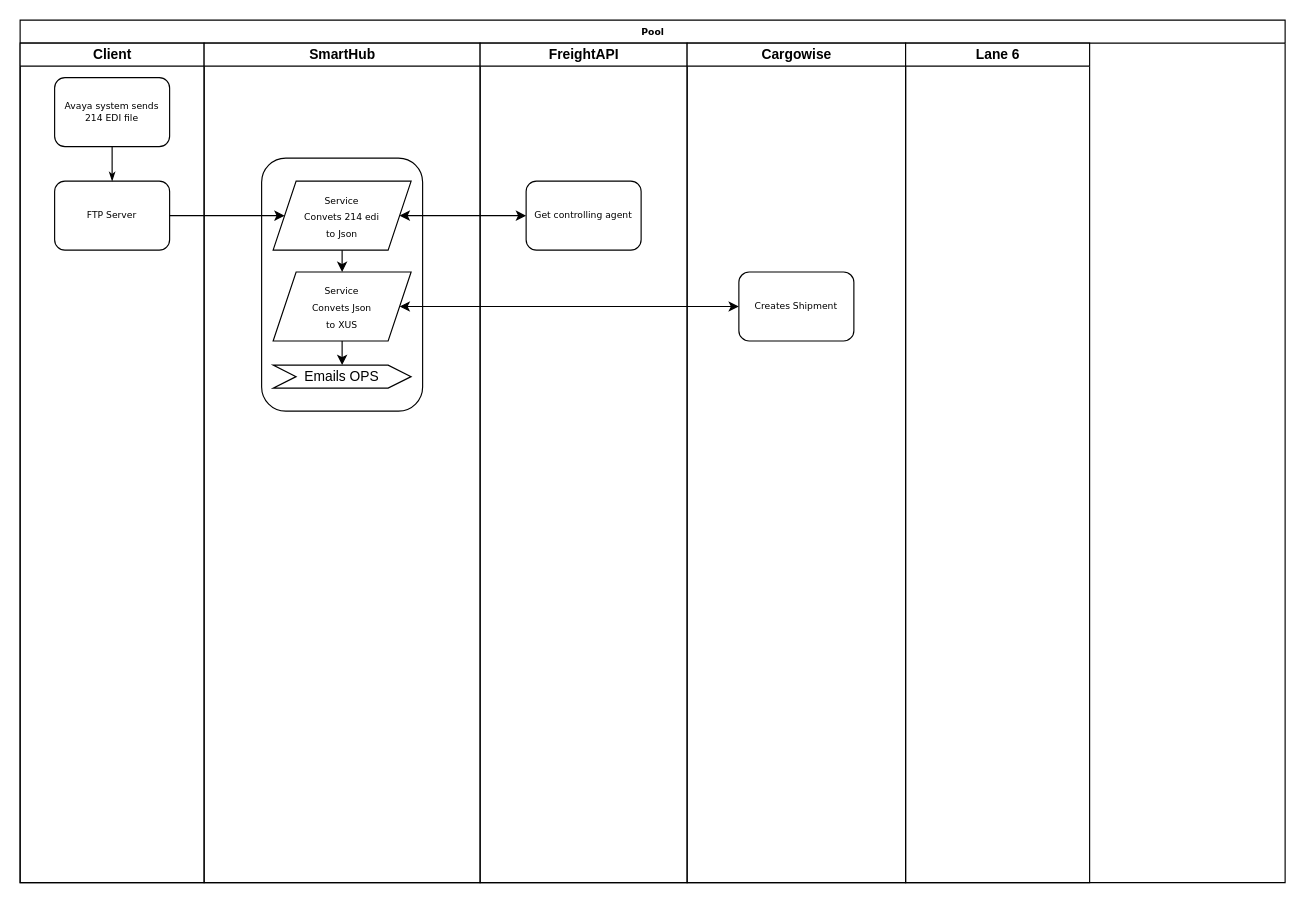
Earlier version of the draw.io diagram Untitled Diagram.drawio (Cyrolies/TigersFreightDocs). Source tidied: cells renumbered, new cells numbered last; positions are measured from the earlier drawing's top-left corner, leaving out a move shared by most shapes. Both pictures are drawn from the tidied source at 115%, with x=0, y=0 at pixel (20, 20).
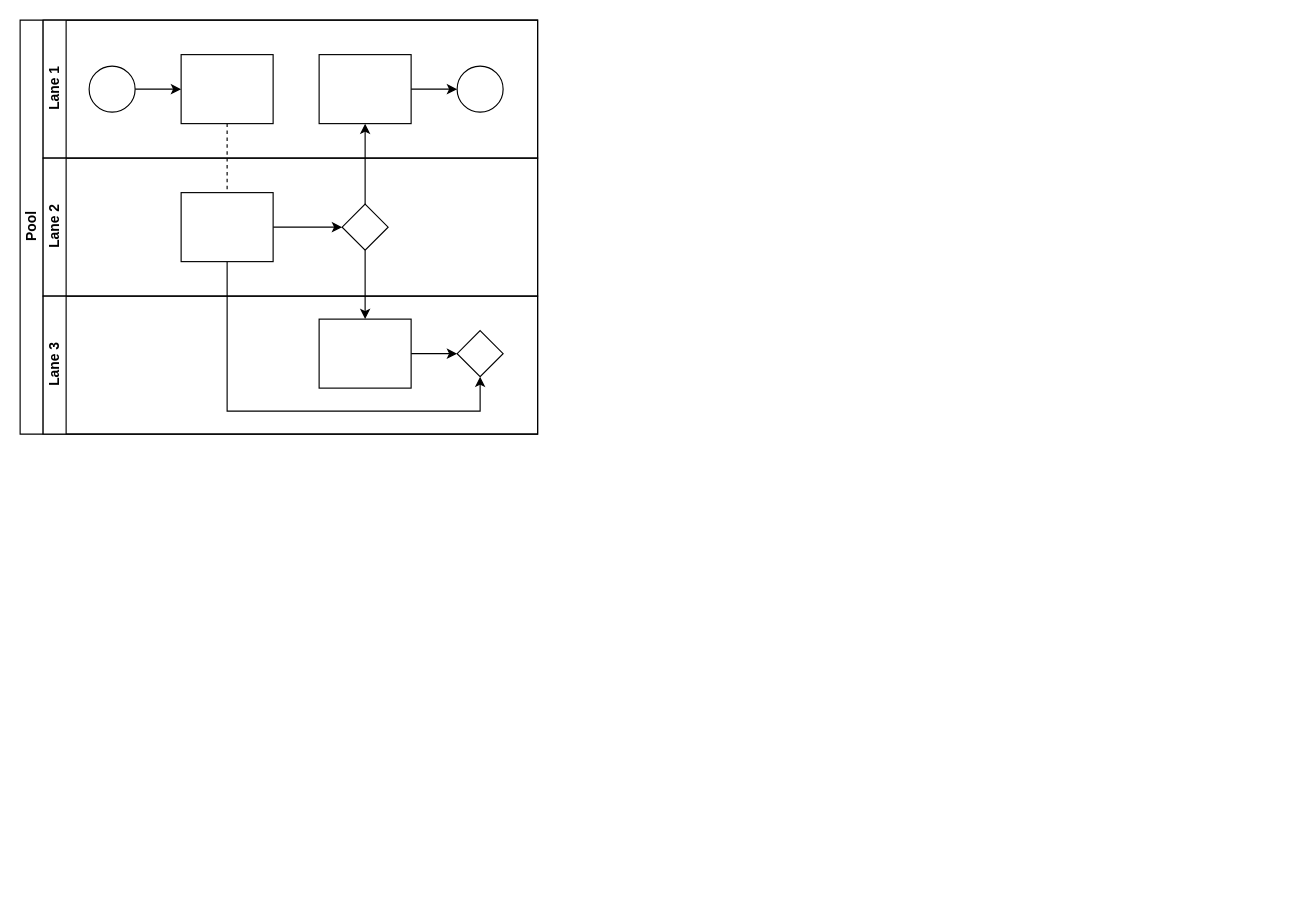
The same diagram, later.

What changed in the source:
```diff
@@
-    <mxCell id="2" value="Pool" style="swimlane;html=1;startSize=20;rounded=0;shadow=0;labelBackgroundColor=none;strokeWidth=1;fontFamily=Verdana;fontSize=8;align=center;" parent="1" vertex="1">
-      <mxGeometry width="1100" height="750" as="geometry" />
+    <mxCell id="2" value="Pool" style="swimlane;html=1;horizontal=0;startSize=20;" parent="1" vertex="1">
+      <mxGeometry width="450" height="360" as="geometry" />
     </mxCell>
-    <mxCell id="3" value="Client" style="swimlane;html=1;startSize=20;" parent="2" vertex="1">
-      <mxGeometry y="20" width="160" height="730" as="geometry" />
-    </mxCell>
-    <mxCell id="4" value="Avaya system sends&lt;br&gt;214 EDI file" style="rounded=1;whiteSpace=wrap;html=1;shadow=0;labelBackgroundColor=none;strokeWidth=1;fontFamily=Verdana;fontSize=8;align=center;" parent="3" vertex="1">
-      <mxGeometry x="30" y="30" width="100" height="60" as="geometry" />
-    </mxCell>
-    <mxCell id="5" value="FTP Server" style="rounded=1;whiteSpace=wrap;html=1;shadow=0;labelBackgroundColor=none;strokeWidth=1;fontFamily=Verdana;fontSize=8;align=center;" parent="3" vertex="1">
-      <mxGeometry x="30" y="120" width="100" height="60" as="geometry" />
-    </mxCell>
-    <mxCell id="6" style="edgeStyle=orthogonalEdgeStyle;rounded=1;html=1;labelBackgroundColor=none;startArrow=none;startFill=0;startSize=5;endArrow=classicThin;endFill=1;endSize=5;jettySize=auto;strokeWidth=1;fontFamily=Verdana;fontSize=8;" parent="3" edge="1" source="4" target="5">
-      <mxGeometry relative="1" as="geometry" />
-    </mxCell>
-    <mxCell id="7" value="SmartHub" style="swimlane;html=1;startSize=20;" parent="2" vertex="1">
-      <mxGeometry x="160" y="20" width="240" height="730" as="geometry" />
-    </mxCell>
-    <mxCell id="8" style="rounded=1;whiteSpace=wrap;html=1;shadow=0;labelBackgroundColor=none;strokeWidth=1;fontFamily=Verdana;fontSize=8;align=center;" parent="7" vertex="1">
-      <mxGeometry x="50" y="100" width="140" height="220" as="geometry" />
-    </mxCell>
-    <mxCell id="9" value="&lt;span style=&quot;font-family: &amp;#34;verdana&amp;#34; ; font-size: 8px&quot;&gt;Service&lt;/span&gt;&lt;br style=&quot;font-family: &amp;#34;verdana&amp;#34; ; font-size: 8px&quot;&gt;&lt;span style=&quot;font-family: &amp;#34;verdana&amp;#34; ; font-size: 8px&quot;&gt;Convets 214 edi&lt;/span&gt;&lt;br style=&quot;font-family: &amp;#34;verdana&amp;#34; ; font-size: 8px&quot;&gt;&lt;span style=&quot;font-family: &amp;#34;verdana&amp;#34; ; font-size: 8px&quot;&gt;to Json&lt;/span&gt;" style="shape=parallelogram;perimeter=parallelogramPerimeter;whiteSpace=wrap;html=1;fixedSize=1;" parent="7" vertex="1">
-      <mxGeometry x="60" y="120" width="120" height="60" as="geometry" />
-    </mxCell>
-    <mxCell id="10" value="&lt;span style=&quot;font-family: &amp;#34;verdana&amp;#34; ; font-size: 8px&quot;&gt;Service&lt;/span&gt;&lt;br style=&quot;font-family: &amp;#34;verdana&amp;#34; ; font-size: 8px&quot;&gt;&lt;span style=&quot;font-family: &amp;#34;verdana&amp;#34; ; font-size: 8px&quot;&gt;Convets Json&lt;/span&gt;&lt;br style=&quot;font-family: &amp;#34;verdana&amp;#34; ; font-size: 8px&quot;&gt;&lt;span style=&quot;font-family: &amp;#34;verdana&amp;#34; ; font-size: 8px&quot;&gt;to XUS&lt;/span&gt;" style="shape=parallelogram;perimeter=parallelogramPerimeter;whiteSpace=wrap;html=1;fixedSize=1;" parent="7" vertex="1">
-      <mxGeometry x="60" y="199" width="120" height="60" as="geometry" />
-    </mxCell>
-    <mxCell id="11" value="Emails OPS" style="shape=step;perimeter=stepPerimeter;whiteSpace=wrap;html=1;fixedSize=1;" parent="7" vertex="1">
-      <mxGeometry x="60" y="280" width="120" height="20" as="geometry" />
-    </mxCell>
-    <mxCell id="12" style="endArrow=classic;html=1;exitX=0.5;exitY=1;exitDx=0;exitDy=0;entryX=0.5;entryY=0;entryDx=0;entryDy=0;" parent="7" edge="1" source="9" target="10">
-      <mxGeometry relative="1" as="geometry" />
-    </mxCell>
-    <mxCell id="13" style="endArrow=classic;html=1;exitX=0.5;exitY=1;exitDx=0;exitDy=0;entryX=0.5;entryY=0;entryDx=0;entryDy=0;" parent="7" edge="1" source="10" target="11">
-      <mxGeometry relative="1" as="geometry" />
-    </mxCell>
-    <mxCell id="14" value="FreightAPI" style="swimlane;html=1;startSize=20;" parent="2" vertex="1">
-      <mxGeometry x="400" y="20" width="180" height="730" as="geometry" />
-    </mxCell>
-    <mxCell id="15" value="Get controlling agent" style="rounded=1;whiteSpace=wrap;html=1;shadow=0;labelBackgroundColor=none;strokeWidth=1;fontFamily=Verdana;fontSize=8;align=center;" parent="14" vertex="1">
-      <mxGeometry x="40" y="120" width="100" height="60" as="geometry" />
-    </mxCell>
-    <mxCell id="16" value="Cargowise" style="swimlane;html=1;startSize=20;" parent="2" vertex="1">
-      <mxGeometry x="580" y="20" width="190" height="730" as="geometry" />
-    </mxCell>
-    <mxCell id="17" value="Creates Shipment" style="rounded=1;whiteSpace=wrap;html=1;shadow=0;labelBackgroundColor=none;strokeWidth=1;fontFamily=Verdana;fontSize=8;align=center;" parent="16" vertex="1">
-      <mxGeometry x="45" y="199" width="100" height="60" as="geometry" />
-    </mxCell>
-    <mxCell id="18" value="Lane 6" style="swimlane;html=1;startSize=20;" parent="2" vertex="1">
-      <mxGeometry x="770" y="20" width="160" height="730" as="geometry" />
-    </mxCell>
-    <mxCell id="19" style="endArrow=classic;html=1;exitX=1;exitY=0.5;exitDx=0;exitDy=0;entryX=0;entryY=0.5;entryDx=0;entryDy=0;" parent="2" edge="1" source="5" target="9">
-      <mxGeometry relative="1" as="geometry" />
-    </mxCell>
-    <mxCell id="20" style="endArrow=classic;startArrow=classic;html=1;entryX=0;entryY=0.5;entryDx=0;entryDy=0;exitX=1;exitY=0.5;exitDx=0;exitDy=0;" parent="2" edge="1" source="9" target="15">
-      <mxGeometry relative="1" as="geometry" />
-    </mxCell>
-    <mxCell id="21" style="endArrow=classic;startArrow=classic;html=1;entryX=0;entryY=0.5;entryDx=0;entryDy=0;exitX=1;exitY=0.5;exitDx=0;exitDy=0;" parent="2" edge="1" source="10" target="17">
-      <mxGeometry relative="1" as="geometry" />
-    </mxCell>
+    <mxCell id="22" style="edgeStyle=orthogonalEdgeStyle;rounded=0;jettySize=auto;html=1;dashed=1;endArrow=none;endFill=0;" parent="2" edge="1" source="29" target="35">
+      <mxGeometry relative="1" as="geometry" />
+    </mxCell>
+    <mxCell id="23" style="edgeStyle=orthogonalEdgeStyle;rounded=0;jettySize=auto;html=1;endArrow=classic;endFill=1;" parent="2" edge="1" source="36" target="31">
+      <mxGeometry relative="1" as="geometry" />
+    </mxCell>
+    <mxCell id="24" style="edgeStyle=orthogonalEdgeStyle;rounded=0;jettySize=auto;html=1;endArrow=classic;endFill=1;" parent="2" edge="1" source="36" target="39">
+      <mxGeometry relative="1" as="geometry" />
+    </mxCell>
+    <mxCell id="25" style="edgeStyle=orthogonalEdgeStyle;rounded=0;jettySize=auto;html=1;endArrow=classic;endFill=1;" parent="2" edge="1" source="35" target="40">
+      <mxGeometry relative="1" as="geometry">
+        <Array as="points">
+          <mxPoint x="180" y="340" />
+          <mxPoint x="400" y="340" />
+        </Array>
+      </mxGeometry>
+    </mxCell>
+    <mxCell id="26" value="Lane 1" style="swimlane;html=1;startSize=20;horizontal=0;" parent="2" vertex="1">
+      <mxGeometry x="20" width="430" height="120" as="geometry" />
+    </mxCell>
+    <mxCell id="27" style="edgeStyle=orthogonalEdgeStyle;rounded=0;jettySize=auto;html=1;" parent="26" edge="1" source="28" target="29">
+      <mxGeometry relative="1" as="geometry" />
+    </mxCell>
+    <mxCell id="28" style="ellipse;whiteSpace=wrap;html=1;" parent="26" vertex="1">
+      <mxGeometry x="40" y="40" width="40" height="40" as="geometry" />
+    </mxCell>
+    <mxCell id="29" style="rounded=0;whiteSpace=wrap;html=1;fontFamily=Helvetica;fontSize=12;fontColor=#000000;align=center;" parent="26" vertex="1">
+      <mxGeometry x="120" y="30" width="80" height="60" as="geometry" />
+    </mxCell>
+    <mxCell id="30" style="edgeStyle=orthogonalEdgeStyle;rounded=0;jettySize=auto;html=1;endArrow=classic;endFill=1;" parent="26" edge="1" source="31" target="32">
+      <mxGeometry relative="1" as="geometry" />
+    </mxCell>
+    <mxCell id="31" style="rounded=0;whiteSpace=wrap;html=1;fontFamily=Helvetica;fontSize=12;fontColor=#000000;align=center;" parent="26" vertex="1">
+      <mxGeometry x="240" y="30" width="80" height="60" as="geometry" />
+    </mxCell>
+    <mxCell id="32" style="ellipse;whiteSpace=wrap;html=1;" parent="26" vertex="1">
+      <mxGeometry x="360" y="40" width="40" height="40" as="geometry" />
+    </mxCell>
+    <mxCell id="33" value="Lane 2" style="swimlane;html=1;startSize=20;horizontal=0;" parent="2" vertex="1">
+      <mxGeometry x="20" y="120" width="430" height="120" as="geometry" />
+    </mxCell>
+    <mxCell id="34" style="edgeStyle=orthogonalEdgeStyle;rounded=0;jettySize=auto;html=1;endArrow=classic;endFill=1;" parent="33" edge="1" source="35" target="36">
+      <mxGeometry relative="1" as="geometry" />
+    </mxCell>
+    <mxCell id="35" style="rounded=0;whiteSpace=wrap;html=1;fontFamily=Helvetica;fontSize=12;fontColor=#000000;align=center;" parent="33" vertex="1">
+      <mxGeometry x="120" y="30" width="80" height="60" as="geometry" />
+    </mxCell>
+    <mxCell id="36" style="rhombus;whiteSpace=wrap;html=1;fontFamily=Helvetica;fontSize=12;fontColor=#000000;align=center;" parent="33" vertex="1">
+      <mxGeometry x="260" y="40" width="40" height="40" as="geometry" />
+    </mxCell>
+    <mxCell id="37" value="Lane 3" style="swimlane;html=1;startSize=20;horizontal=0;" parent="2" vertex="1">
+      <mxGeometry x="20" y="240" width="430" height="120" as="geometry" />
+    </mxCell>
+    <mxCell id="38" style="edgeStyle=orthogonalEdgeStyle;rounded=0;jettySize=auto;html=1;endArrow=classic;endFill=1;" parent="37" edge="1" source="39" target="40">
+      <mxGeometry relative="1" as="geometry" />
+    </mxCell>
+    <mxCell id="39" style="rounded=0;whiteSpace=wrap;html=1;fontFamily=Helvetica;fontSize=12;fontColor=#000000;align=center;" parent="37" vertex="1">
+      <mxGeometry x="240" y="20" width="80" height="60" as="geometry" />
+    </mxCell>
+    <mxCell id="40" style="rhombus;whiteSpace=wrap;html=1;fontFamily=Helvetica;fontSize=12;fontColor=#000000;align=center;" parent="37" vertex="1">
+      <mxGeometry x="360" y="30" width="40" height="40" as="geometry" />
+    </mxCell>
```
